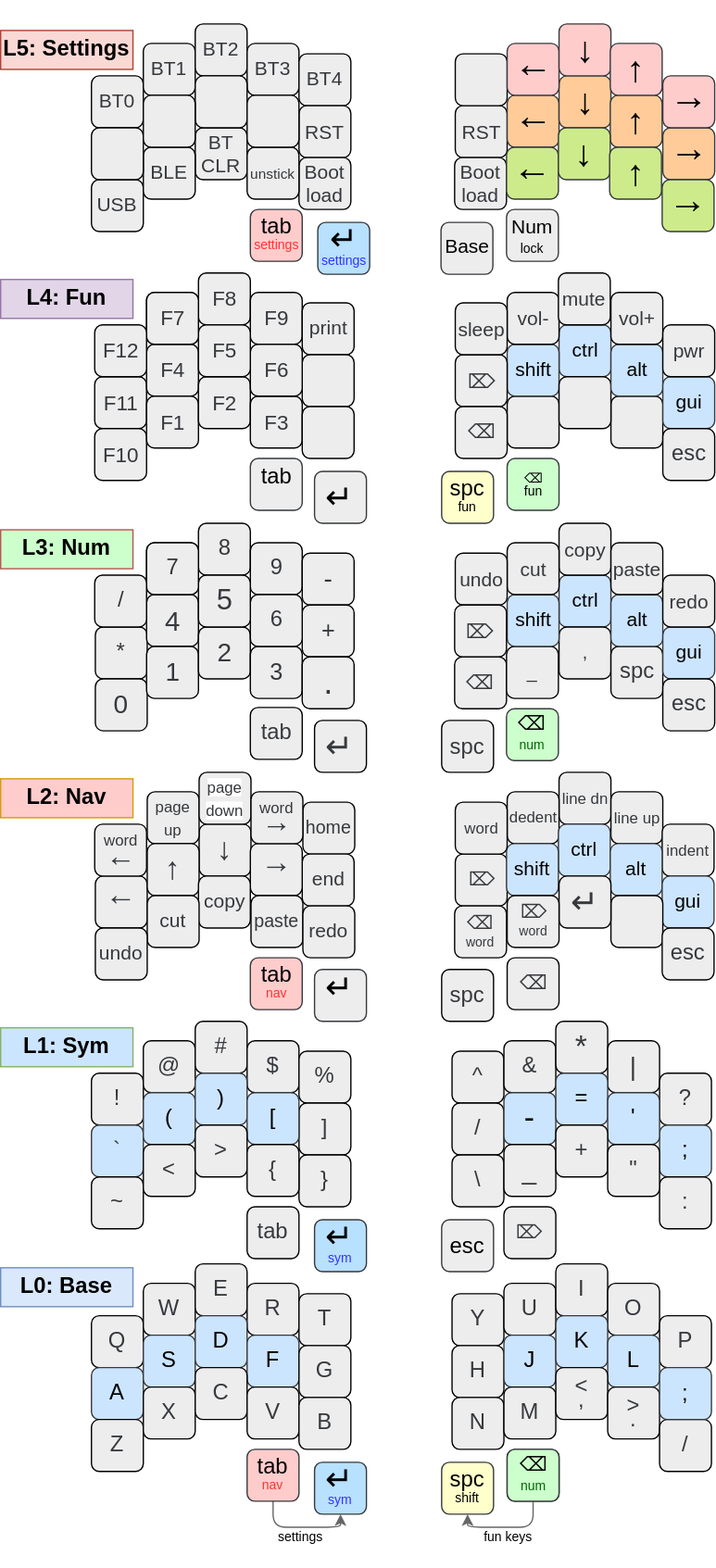
Earlier version of the draw.io export images/Keymap.drawio.svg (glenn20/zmk-sweep). Source tidied: cells renumbered, new cells last; positions are measured from the earlier drawing's top-left corner, leaving out a move shared by most shapes.
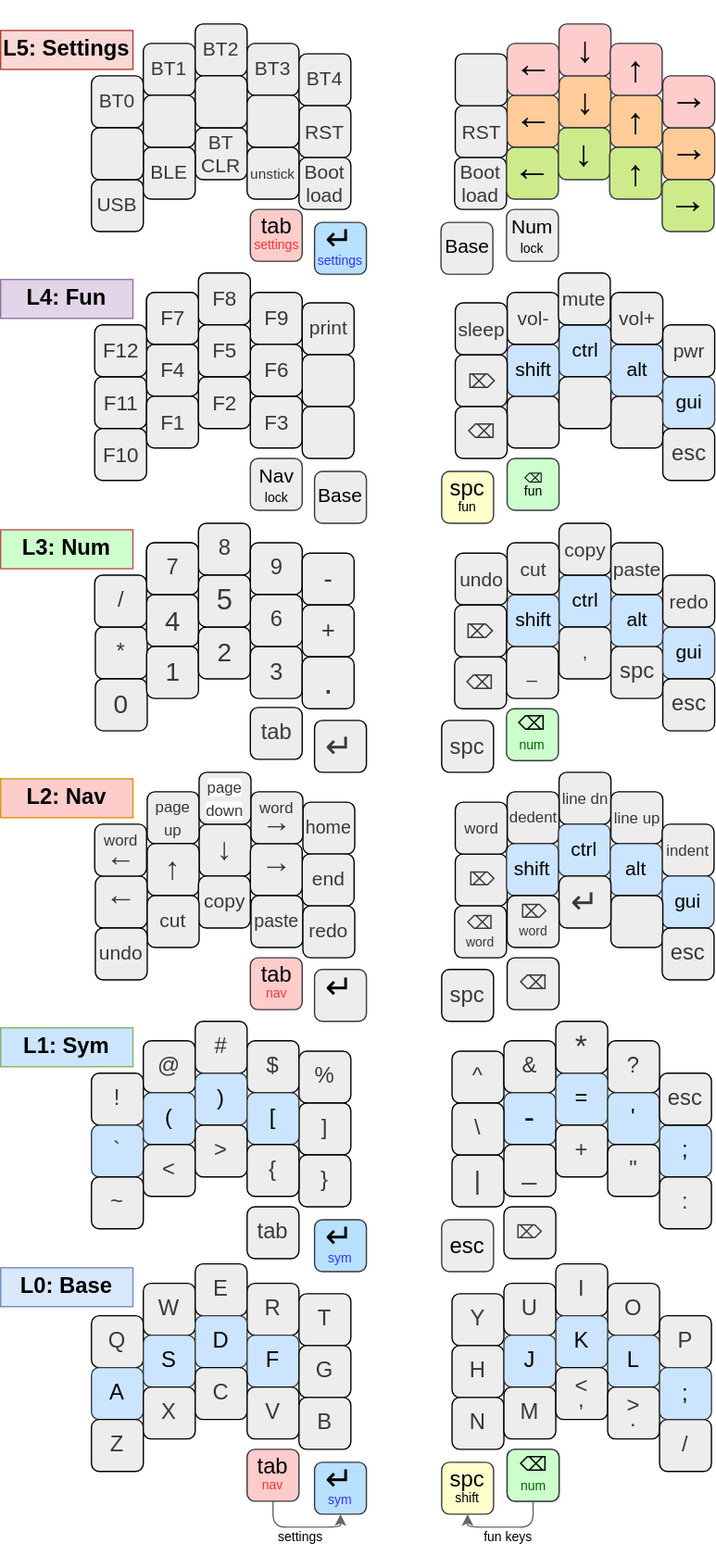
The same file after the commit.

Commit message:
Minor re-org of SYM layer and add NAV lock to FUN layer.

Diff of the diagram source:
```diff
@@ -167,14 +167,11 @@
       <mxGeometry x="428" y="769" width="40" height="40" as="geometry" />
     </mxCell>
     <mxCell id="55" value="&lt;font style=&quot;font-size: 20px;&quot;&gt;|&lt;/font&gt;" style="whiteSpace=wrap;html=1;fontSize=17;fontFamily=Helvetica;fontStyle=0;fontColor=#36393D;fillColor=#EDEDED;rounded=1;strokeColor=#000000;" parent="1" vertex="1">
-      <mxGeometry x="468" y="784" width="40" height="40" as="geometry" />
+      <mxGeometry x="348" y="872" width="40" height="40" as="geometry" />
     </mxCell>
     <mxCell id="56" value="?" style="whiteSpace=wrap;html=1;fontSize=17;fontFamily=Helvetica;fontStyle=0;fontColor=#36393D;fillColor=#EDEDED;rounded=1;strokeColor=#000000;" parent="1" vertex="1">
-      <mxGeometry x="508" y="809" width="40" height="40" as="geometry" />
+      <mxGeometry x="468" y="784" width="40" height="40" as="geometry" />
     </mxCell>
-    <mxCell id="57" value="/" style="whiteSpace=wrap;html=1;fontSize=17;fontFamily=Helvetica;fontStyle=0;fontColor=#36393D;fillColor=#EDEDED;rounded=1;strokeColor=#000000;" parent="1" vertex="1">
-      <mxGeometry x="348" y="832" width="40" height="40" as="geometry" />
-    </mxCell>
     <mxCell id="58" value="&lt;font style=&quot;font-size: 24px;&quot;&gt;-&lt;/font&gt;" style="whiteSpace=wrap;html=1;fontSize=17;fontFamily=Helvetica;fontStyle=0;fillColor=#cce5ff;rounded=1;strokeColor=#36393d;" parent="1" vertex="1">
       <mxGeometry x="388" y="824" width="40" height="40" as="geometry" />
     </mxCell>
@@ -188,7 +185,7 @@
       <mxGeometry x="468" y="824" width="40" height="40" as="geometry" />
     </mxCell>
     <mxCell id="62" value="\" style="whiteSpace=wrap;html=1;fontSize=17;fontFamily=Helvetica;fontStyle=0;fontColor=#36393D;fillColor=#EDEDED;rounded=1;strokeColor=#000000;" parent="1" vertex="1">
-      <mxGeometry x="348" y="872" width="40" height="40" as="geometry" />
+      <mxGeometry x="348" y="832" width="40" height="40" as="geometry" />
     </mxCell>
     <mxCell id="63" value="&lt;font style=&quot;font-size: 20px;&quot;&gt;_&lt;/font&gt;" style="whiteSpace=wrap;html=1;fontSize=17;fontFamily=Helvetica;fontStyle=0;fontColor=#36393D;fillColor=#EDEDED;rounded=1;strokeColor=#000000;" parent="1" vertex="1">
       <mxGeometry x="388" y="864" width="40" height="40" as="geometry" />
@@ -379,9 +376,6 @@
     <mxCell id="125" value="&lt;p style=&quot;line-height: 95%;&quot;&gt;&lt;font style=&quot;&quot;&gt;⌫&lt;br&gt;&lt;/font&gt;&lt;/p&gt;" style="whiteSpace=wrap;html=1;fontSize=15;fontFamily=Helvetica;fontStyle=0;fontColor=#36393D;fillColor=#EDEDED;rounded=1;strokeColor=#000000;" parent="1" vertex="1">
       <mxGeometry x="350" y="488" width="40" height="40" as="geometry" />
     </mxCell>
-    <mxCell id="126" value="&lt;p style=&quot;line-height: 60%; font-size: 26px;&quot;&gt;&lt;font style=&quot;font-size: 26px;&quot;&gt;↵&lt;/font&gt;&lt;br style=&quot;font-size: 26px;&quot;&gt;&lt;/p&gt;" style="whiteSpace=wrap;html=1;rotation=0;fontSize=26;fontFamily=Helvetica;fontStyle=0;fillColor=#ededed;rounded=1;strokeColor=#36393d;" parent="1" vertex="1">
-      <mxGeometry x="242" y="345" width="40" height="40" as="geometry" />
-    </mxCell>
     <mxCell id="127" value="_" style="whiteSpace=wrap;html=1;fontSize=14;fontFamily=Helvetica;fontStyle=0;fontColor=#36393D;fillColor=#EDEDED;rounded=1;strokeColor=#000000;" parent="1" vertex="1">
       <mxGeometry x="390" y="480" width="40" height="40" as="geometry" />
     </mxCell>
@@ -597,9 +591,6 @@
     <mxCell id="196" value="&lt;p style=&quot;line-height: 80%;&quot;&gt;spc&lt;br style=&quot;font-size: 16px;&quot;&gt;&lt;/p&gt;" style="whiteSpace=wrap;html=1;rotation=0;fontSize=17;fontFamily=Helvetica;fontStyle=0;fillColor=#EDEDED;strokeColor=#000000;fontColor=#36393D;rounded=1;" parent="1" vertex="1">
       <mxGeometry x="340" y="537" width="40" height="40" as="geometry" />
     </mxCell>
-    <mxCell id="197" value="&lt;p style=&quot;line-height: 70%;&quot;&gt;tab&lt;br&gt;&lt;br&gt;&lt;/p&gt;" style="whiteSpace=wrap;html=1;rotation=0;fontSize=17;fontFamily=Helvetica;fontStyle=0;fillColor=#EDEDED;rounded=1;strokeColor=#36393d;" parent="1" vertex="1">
-      <mxGeometry x="192.5" y="335" width="40" height="40" as="geometry" />
-    </mxCell>
     <mxCell id="198" value="&lt;p style=&quot;line-height: 0%; font-size: 14px;&quot;&gt;&lt;font style=&quot;font-size: 14px;&quot;&gt;⌫&lt;br style=&quot;font-size: 14px;&quot;&gt;&lt;/font&gt;&lt;/p&gt;&lt;p style=&quot;line-height: 0%;&quot;&gt;&lt;font style=&quot;font-size: 10px;&quot;&gt;word&lt;/font&gt;&lt;/p&gt;" style="whiteSpace=wrap;html=1;fontSize=14;fontFamily=Helvetica;fontStyle=0;fontColor=#36393D;fillColor=#EDEDED;rounded=1;strokeColor=#000000;" parent="1" vertex="1">
       <mxGeometry x="350" y="680" width="40" height="40" as="geometry" />
     </mxCell>
@@ -640,7 +631,7 @@
       <mxGeometry x="192.5" y="143" width="40" height="40" as="geometry" />
     </mxCell>
     <mxCell id="211" value="&lt;p style=&quot;line-height: 40%;&quot;&gt;&lt;font style=&quot;border-color: var(--border-color); font-size: 26px;&quot;&gt;↵&lt;br&gt;&lt;span style=&quot;font-size: x-small; background-color: initial;&quot;&gt;&lt;font color=&quot;#3333ff&quot;&gt;settings&lt;/font&gt;&lt;/span&gt;&lt;br&gt;&lt;/font&gt;&lt;/p&gt;" style="whiteSpace=wrap;html=1;rotation=0;fontSize=17;fontFamily=Helvetica;fontStyle=0;fillColor=#B8E0FF;strokeColor=#36393d;rounded=1;spacingTop=2;" parent="1" vertex="1">
-      <mxGeometry x="244.5" y="153" width="40" height="40" as="geometry" />
+      <mxGeometry x="242" y="153" width="40" height="40" as="geometry" />
     </mxCell>
     <mxCell id="212" value="&lt;p style=&quot;line-height: 95%;&quot;&gt;&lt;font style=&quot;&quot;&gt;⌫&lt;br&gt;&lt;span style=&quot;font-size: 10px;&quot;&gt;&lt;font color=&quot;#006600&quot;&gt;num&lt;/font&gt;&lt;/span&gt;&lt;/font&gt;&lt;/p&gt;" style="whiteSpace=wrap;html=1;fontSize=15;fontFamily=Helvetica;fontStyle=0;fillColor=#CCFFCC;rounded=1;strokeColor=#36393d;" parent="1" vertex="1">
       <mxGeometry x="390" y="528" width="40" height="40" as="geometry" />
@@ -663,5 +654,14 @@
     <mxCell id="218" value="&lt;p style=&quot;line-height: 0%;&quot;&gt;Num&lt;/p&gt;&lt;p style=&quot;line-height: 0%;&quot;&gt;&lt;font style=&quot;font-size: 10px;&quot;&gt;lock&lt;/font&gt;&lt;/p&gt;" style="whiteSpace=wrap;html=1;fontSize=15;fontFamily=Helvetica;fontStyle=0;fillColor=#EDEDED;rounded=1;strokeColor=#36393d;spacingTop=3;" parent="1" vertex="1">
       <mxGeometry x="390" y="143" width="40" height="40" as="geometry" />
     </mxCell>
+    <mxCell id="219" value="esc" style="whiteSpace=wrap;html=1;fontSize=17;fontFamily=Helvetica;fontStyle=0;fontColor=#36393D;fillColor=#EDEDED;rounded=1;strokeColor=#000000;" parent="1" vertex="1">
+      <mxGeometry x="508" y="809" width="40" height="40" as="geometry" />
+    </mxCell>
+    <mxCell id="220" value="&lt;p style=&quot;line-height: 0%;&quot;&gt;Nav&lt;/p&gt;&lt;p style=&quot;line-height: 0%;&quot;&gt;&lt;font style=&quot;font-size: 10px;&quot;&gt;lock&lt;/font&gt;&lt;/p&gt;" style="whiteSpace=wrap;html=1;fontSize=15;fontFamily=Helvetica;fontStyle=0;fillColor=#EDEDED;rounded=1;strokeColor=#36393d;spacingTop=3;" parent="1" vertex="1">
+      <mxGeometry x="192.5" y="335" width="40" height="40" as="geometry" />
+    </mxCell>
+    <mxCell id="221" value="&lt;p style=&quot;line-height: 70%;&quot;&gt;&lt;font style=&quot;font-size: 15px;&quot;&gt;Base&lt;/font&gt;&lt;/p&gt;" style="whiteSpace=wrap;html=1;rotation=0;fontSize=17;fontFamily=Helvetica;fontStyle=0;fillColor=#EDEDED;rounded=1;strokeColor=#36393d;spacingTop=-5;" parent="1" vertex="1">
+      <mxGeometry x="242" y="345" width="40" height="40" as="geometry" />
+    </mxCell>
   </root>
 </mxGraphModel>
```
